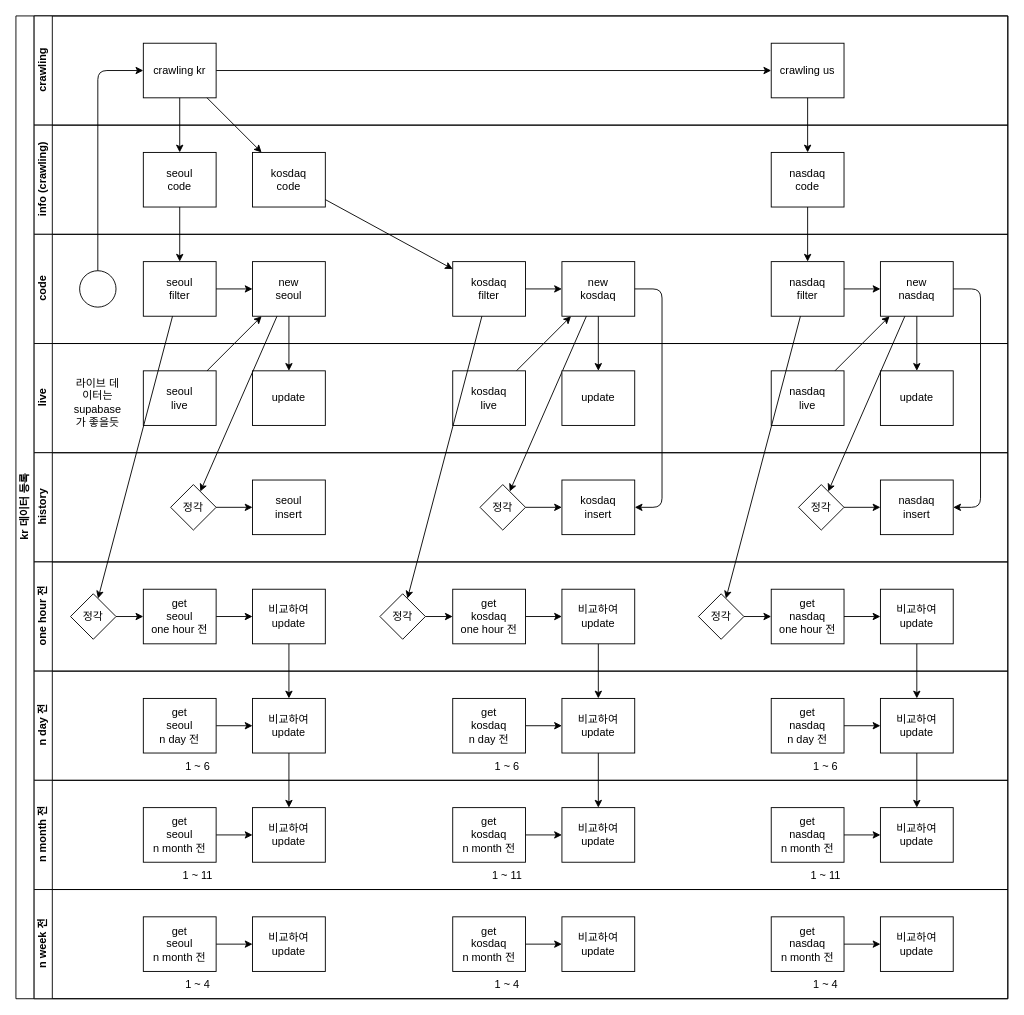
This is drawio/수집.drawio from inpiniti/stock_server, a draw.io file, before an edit. Source tidied: cells renumbered, new cells numbered last; positions are measured from the earlier drawing's top-left corner, leaving out a move shared by most shapes. Both pictures are drawn from the tidied source at 91%, with x=0, y=0 at pixel (15, 15).
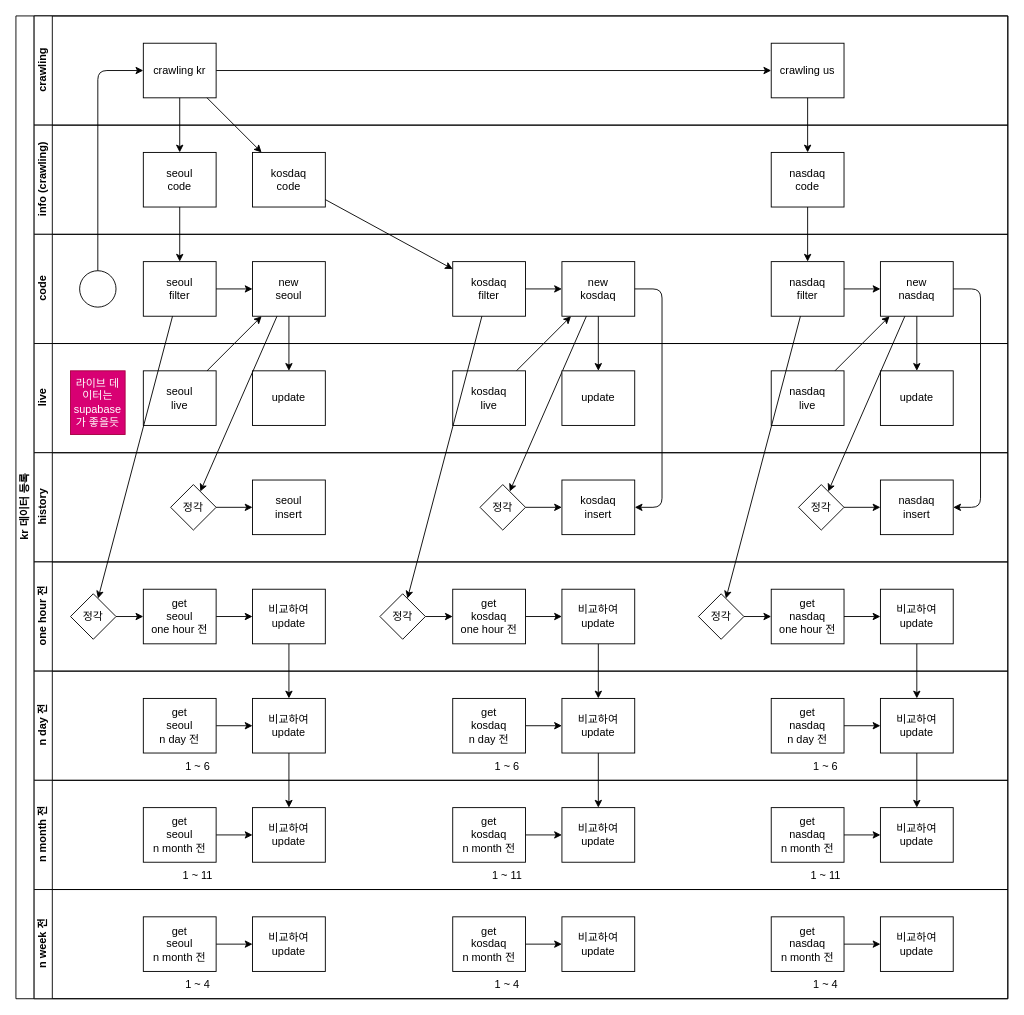
The same page after the edit.

Unchanged cells that the change refers to:
```xml
<mxCell id="28" value="live" style="swimlane;html=1;startSize=20;horizontal=0;" parent="2" vertex="1">
  <mxGeometry x="20" y="360" width="1070" height="120" as="geometry" />
</mxCell>
```

Diff of the diagram source:
```diff
@@
-    <mxCell id="35" value="라이브 데이터는 supabase 가 좋을듯" style="text;html=1;strokeColor=none;fillColor=none;align=center;verticalAlign=middle;whiteSpace=wrap;rounded=0;" parent="28" vertex="1">
+    <mxCell id="35" value="라이브 데이터는 supabase 가 좋을듯" style="text;html=1;strokeColor=#A50040;fillColor=#d80073;align=center;verticalAlign=middle;whiteSpace=wrap;rounded=0;fontColor=#ffffff;" parent="28" vertex="1">
       <mxGeometry x="40" y="30" width="60" height="70" as="geometry" />
     </mxCell>
```
